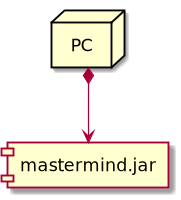
The PlantUML diagram docs/images/deployment.png in amartinm82/mastermind, before a commit. Its diagram source:
```plantuml
@startuml
node PC
[mastermind.jar]
PC *-down-> [mastermind.jar]
@enduml
```
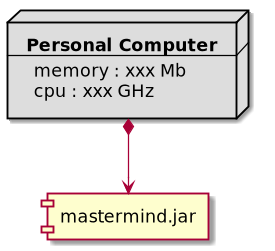
The same diagram one commit later.

Diff of the diagram source:
```diff
@@ -1,5 +1,10 @@
 @startuml
-node PC
+node node #DDDDDD [
+    <b>Personal Computer</b>
+    ----
+    memory : xxx Mb
+    cpu : xxx GHz
+]
 [mastermind.jar]
-PC *-down-> [mastermind.jar]
+node *-down-> [mastermind.jar]
 @enduml
```
